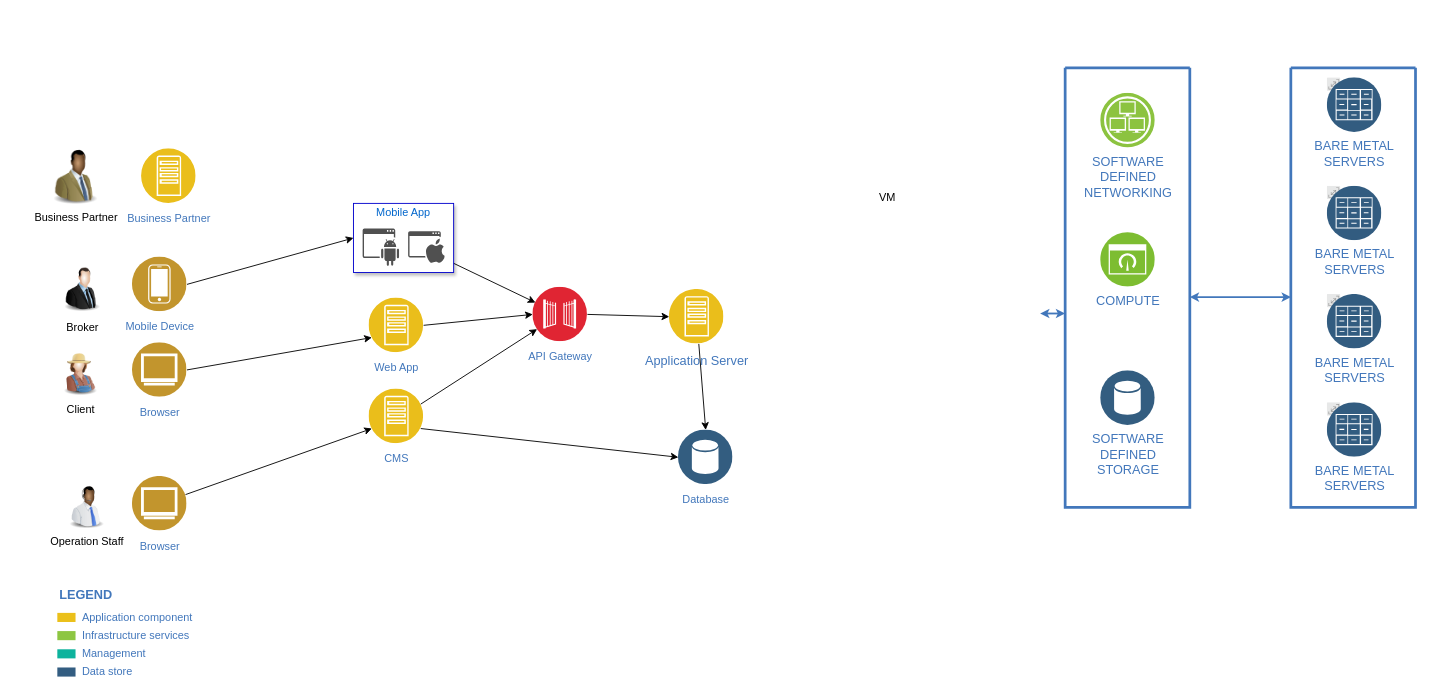
Before: Bravo_Architecture.drawio in whalebig27/change-request-process-diagram, a draw.io diagram. Source tidied: cells renumbered, new cells numbered last; positions are measured from the earlier drawing's top-left corner, leaving out a move shared by most shapes. Both pictures are drawn from the tidied source at 91%, with x=0, y=0 at pixel (46, 15).
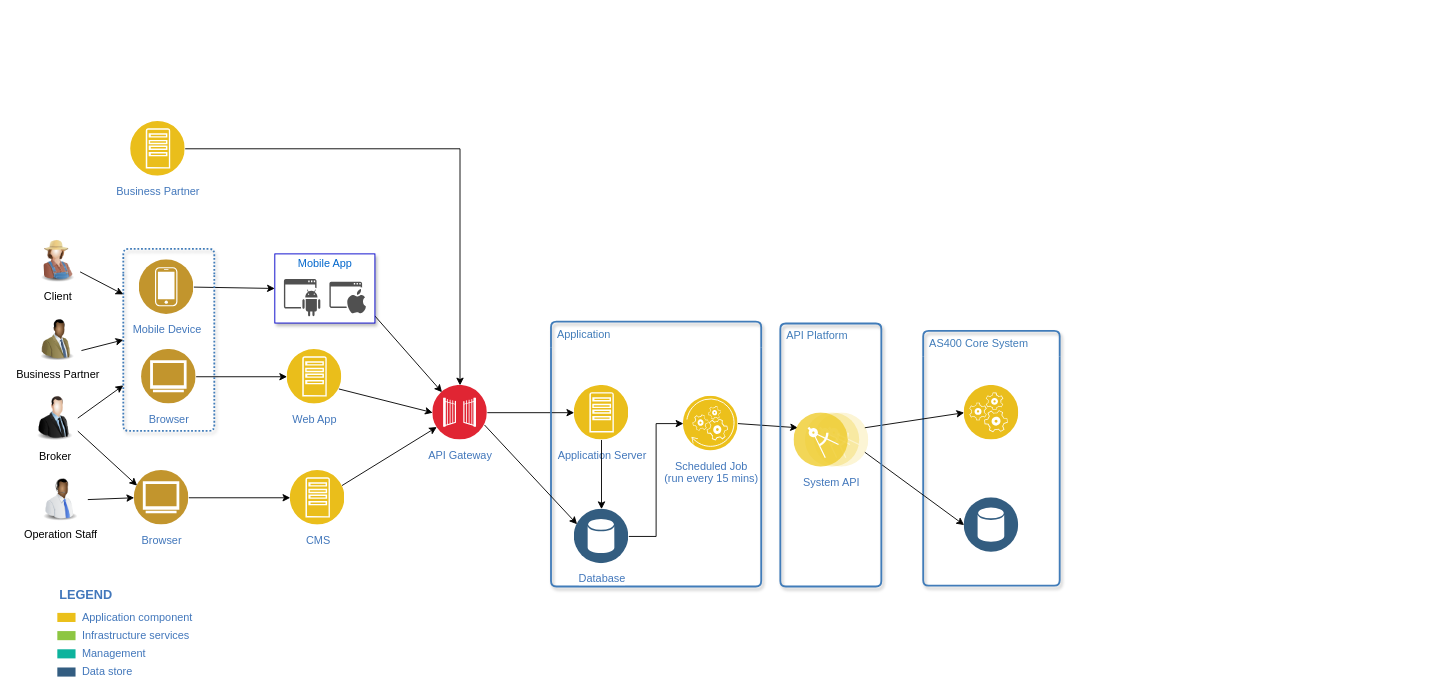
The same diagram, later.

Diff of the diagram source:
```diff
@@
-    <mxCell id="2" value="&#10;&#10;" style="swimlane;shadow=0;strokeColor=none;fillColor=#ffffff;fontColor=#4277BB;align=right;startSize=0;strokeWidth=3;" parent="1" vertex="1">
-      <mxGeometry x="805" width="650" height="680" as="geometry" />
-    </mxCell>
-    <mxCell id="3" style="edgeStyle=elbowEdgeStyle;rounded=0;elbow=vertical;html=1;labelBackgroundColor=#ffffff;startArrow=classic;startFill=1;startSize=4;endArrow=classic;endFill=1;endSize=4;jettySize=auto;strokeColor=#4277BB;strokeWidth=2;fontSize=14;fontColor=#4277BB;" parent="2" edge="1" target="5">
-      <mxGeometry relative="1" as="geometry">
-        <mxPoint x="287.5" y="327" as="sourcePoint" />
-      </mxGeometry>
-    </mxCell>
-    <mxCell id="4" style="edgeStyle=elbowEdgeStyle;rounded=0;elbow=vertical;html=1;entryX=0;entryY=0.522;entryPerimeter=0;labelBackgroundColor=#ffffff;startArrow=classic;startFill=1;startSize=4;endArrow=classic;endFill=1;endSize=4;jettySize=auto;strokeColor=#4277BB;strokeWidth=2;fontSize=14;fontColor=#4277BB;" parent="2" edge="1" source="5" target="9">
-      <mxGeometry relative="1" as="geometry" />
-    </mxCell>
-    <mxCell id="5" style="swimlane;shadow=0;strokeColor=#4277BB;fillColor=#ffffff;fontColor=#4277BB;align=right;startSize=0;strokeWidth=3;" parent="2" vertex="1">
-      <mxGeometry x="315" y="57" width="137" height="483" as="geometry" />
-    </mxCell>
-    <mxCell id="6" value="SOFTWARE&lt;div&gt;DEFINED&lt;/div&gt;&lt;div&gt;NETWORKING&lt;/div&gt;" style="perimeter=ellipsePerimeter;html=1;align=center;shadow=0;dashed=0;image;image=img/lib/ibm/infrastructure/infrastructure_services.svg;rounded=1;labelBackgroundColor=#ffffff;strokeColor=#666666;strokeWidth=3;fillColor=#C2952D;gradientColor=none;fontSize=14;fontColor=#4277BB;" parent="5" vertex="1">
-      <mxGeometry x="39" y="28" width="60" height="60" as="geometry" />
-    </mxCell>
-    <mxCell id="7" value="COMPUTE" style="perimeter=ellipsePerimeter;html=1;align=center;shadow=0;dashed=0;image;image=img/lib/ibm/infrastructure/dashboard.svg;rounded=1;labelBackgroundColor=#ffffff;strokeColor=#666666;strokeWidth=3;fillColor=#C2952D;gradientColor=none;fontSize=14;fontColor=#4277BB;" parent="5" vertex="1">
-      <mxGeometry x="39" y="181" width="60" height="60" as="geometry" />
-    </mxCell>
-    <mxCell id="8" value="SOFTWARE&lt;div&gt;DEFINED&lt;/div&gt;&lt;div&gt;STORAGE&lt;/div&gt;" style="perimeter=ellipsePerimeter;html=1;align=center;shadow=0;dashed=0;image;image=img/lib/ibm/data/data_services.svg;rounded=1;labelBackgroundColor=#ffffff;strokeColor=#666666;strokeWidth=3;fillColor=#C2952D;gradientColor=none;fontSize=14;fontColor=#4277BB;" parent="5" vertex="1">
-      <mxGeometry x="39" y="333" width="60" height="60" as="geometry" />
-    </mxCell>
-    <mxCell id="9" style="swimlane;shadow=0;strokeColor=#4277BB;fillColor=#ffffff;fontColor=#4277BB;align=right;startSize=0;strokeWidth=3;" parent="2" vertex="1">
-      <mxGeometry x="563" y="57" width="137" height="483" as="geometry" />
-    </mxCell>
-    <mxCell id="10" value="BARE METAL&#10;SERVERS" style="group;fontSize=14;fontColor=#4277BB;labelPosition=center;verticalLabelPosition=bottom;align=center;verticalAlign=top;labelBackgroundColor=#ffffff;" parent="9" vertex="1">
-      <mxGeometry x="40" y="11" width="60" height="60" as="geometry" />
-    </mxCell>
-    <mxCell id="11" style="perimeter=ellipsePerimeter;html=1;align=center;shadow=0;dashed=0;image;image=img/lib/ibm/miscellaneous/scalable.svg;rounded=1;labelBackgroundColor=none;strokeColor=#666666;strokeWidth=3;fillColor=#C2952D;gradientColor=none;fontSize=14;fontColor=#4277BB;" parent="10" vertex="1">
-      <mxGeometry width="15" height="15" as="geometry" />
-    </mxCell>
-    <mxCell id="12" style="perimeter=ellipsePerimeter;html=1;align=center;shadow=0;dashed=0;image;image=img/lib/ibm/data/file_repository.svg;rounded=1;labelBackgroundColor=none;strokeColor=#666666;strokeWidth=3;fillColor=#C2952D;gradientColor=none;fontSize=14;fontColor=#4277BB;" parent="10" vertex="1">
-      <mxGeometry width="60" height="60" as="geometry" />
-    </mxCell>
-    <mxCell id="13" style="group;fontSize=14;fontColor=#4277BB;labelBackgroundColor=#ffffff;" parent="9" vertex="1">
-      <mxGeometry x="40" y="130" width="60" height="60" as="geometry" />
-    </mxCell>
-    <mxCell id="14" style="perimeter=ellipsePerimeter;html=1;align=center;shadow=0;dashed=0;image;image=img/lib/ibm/miscellaneous/scalable.svg;rounded=1;labelBackgroundColor=none;strokeColor=#666666;strokeWidth=3;fillColor=#C2952D;gradientColor=none;fontSize=14;fontColor=#4277BB;" parent="13" vertex="1">
-      <mxGeometry width="15" height="15" as="geometry" />
-    </mxCell>
-    <mxCell id="15" value="BARE METAL&lt;br&gt;SERVERS" style="perimeter=ellipsePerimeter;html=1;align=center;shadow=0;dashed=0;image;image=img/lib/ibm/data/file_repository.svg;rounded=1;labelBackgroundColor=none;strokeColor=#666666;strokeWidth=3;fillColor=#C2952D;gradientColor=none;fontSize=14;fontColor=#4277BB;" parent="13" vertex="1">
-      <mxGeometry width="60" height="60" as="geometry" />
-    </mxCell>
-    <mxCell id="16" style="group;fontSize=14;fontColor=#4277BB;labelBackgroundColor=#ffffff;" parent="9" vertex="1">
-      <mxGeometry x="40" y="249" width="60" height="60" as="geometry" />
-    </mxCell>
-    <mxCell id="17" style="perimeter=ellipsePerimeter;html=1;align=center;shadow=0;dashed=0;image;image=img/lib/ibm/miscellaneous/scalable.svg;rounded=1;labelBackgroundColor=none;strokeColor=#666666;strokeWidth=3;fillColor=#C2952D;gradientColor=none;fontSize=14;fontColor=#4277BB;" parent="16" vertex="1">
-      <mxGeometry width="15" height="15" as="geometry" />
-    </mxCell>
-    <mxCell id="18" value="BARE METAL&lt;br&gt;SERVERS" style="perimeter=ellipsePerimeter;html=1;align=center;shadow=0;dashed=0;image;image=img/lib/ibm/data/file_repository.svg;rounded=1;labelBackgroundColor=none;strokeColor=#666666;strokeWidth=3;fillColor=#C2952D;gradientColor=none;fontSize=14;fontColor=#4277BB;" parent="16" vertex="1">
-      <mxGeometry width="60" height="60" as="geometry" />
-    </mxCell>
-    <mxCell id="19" style="group;fontSize=14;fontColor=#4277BB;labelBackgroundColor=#ffffff;" parent="9" vertex="1">
-      <mxGeometry x="40" y="368" width="60" height="60" as="geometry" />
-    </mxCell>
-    <mxCell id="20" style="perimeter=ellipsePerimeter;html=1;align=center;shadow=0;dashed=0;image;image=img/lib/ibm/miscellaneous/scalable.svg;rounded=1;labelBackgroundColor=none;strokeColor=#666666;strokeWidth=3;fillColor=#C2952D;gradientColor=none;fontSize=14;fontColor=#4277BB;" parent="19" vertex="1">
-      <mxGeometry width="15" height="15" as="geometry" />
-    </mxCell>
-    <mxCell id="21" value="BARE METAL&lt;br&gt;SERVERS" style="perimeter=ellipsePerimeter;html=1;align=center;shadow=0;dashed=0;image;image=img/lib/ibm/data/file_repository.svg;rounded=1;labelBackgroundColor=none;strokeColor=#666666;strokeWidth=3;fillColor=#C2952D;gradientColor=none;fontSize=14;fontColor=#4277BB;" parent="19" vertex="1">
-      <mxGeometry width="60" height="60" as="geometry" />
-    </mxCell>
-    <mxCell id="22" value="VM" style="text;html=1;strokeColor=none;fillColor=none;align=center;verticalAlign=middle;whiteSpace=wrap;rounded=0;" parent="2" vertex="1">
-      <mxGeometry x="100" y="190" width="40" height="20" as="geometry" />
-    </mxCell>
     <mxCell id="23" value="&lt;font style=&quot;font-size: 12px&quot;&gt;CMS&lt;/font&gt;" style="perimeter=ellipsePerimeter;html=1;align=center;shadow=0;dashed=0;fontColor=#4277BB;labelBackgroundColor=#ffffff;fontSize=12;spacingTop=3;image;image=img/lib/ibm/applications/app_server.svg;" parent="1" vertex="1">
-      <mxGeometry x="355" y="410" width="60" height="60" as="geometry" />
+      <mxGeometry x="268.5" y="499.5" width="60" height="60" as="geometry" />
     </mxCell>
     <mxCell id="24" value="Web App" style="perimeter=ellipsePerimeter;html=1;align=center;shadow=0;dashed=0;fontColor=#4277BB;labelBackgroundColor=#ffffff;fontSize=12;spacingTop=3;image;image=img/lib/ibm/applications/app_server.svg;" parent="1" vertex="1">
-      <mxGeometry x="355" y="310" width="60" height="60" as="geometry" />
+      <mxGeometry x="265" y="366.5" width="60" height="60" as="geometry" />
     </mxCell>
-    <mxCell id="25" value="Mobile Device" style="perimeter=ellipsePerimeter;html=1;align=center;shadow=0;dashed=0;fontColor=#4277BB;labelBackgroundColor=#ffffff;fontSize=12;spacingTop=3;image;image=img/lib/ibm/users/device.svg;" parent="1" vertex="1">
-      <mxGeometry x="95" y="265" width="60" height="60" as="geometry" />
-    </mxCell>
-    <mxCell id="26" style="rounded=0;jettySize=auto;html=1;entryX=0;entryY=0.75;entryDx=0;entryDy=0;" parent="1" edge="1" source="27" target="23">
+    <mxCell id="26" style="rounded=0;jettySize=auto;html=1;entryX=0;entryY=0.5;entryDx=0;entryDy=0;" parent="1" edge="1" source="27" target="23">
       <mxGeometry relative="1" as="geometry" />
     </mxCell>
     <mxCell id="27" value="Browser" style="perimeter=ellipsePerimeter;html=1;align=center;shadow=0;dashed=0;fontColor=#4277BB;labelBackgroundColor=#ffffff;fontSize=12;spacingTop=3;image;image=img/lib/ibm/users/browser.svg;" parent="1" vertex="1">
-      <mxGeometry x="95" y="506" width="60" height="60" as="geometry" />
+      <mxGeometry x="97" y="499.5" width="60" height="60" as="geometry" />
     </mxCell>
     <mxCell id="28" value="API Gateway" style="perimeter=ellipsePerimeter;html=1;align=center;shadow=0;dashed=0;fontColor=#4277BB;labelBackgroundColor=#ffffff;fontSize=12;spacingTop=3;image;image=img/lib/ibm/security/gateway.svg;" parent="1" vertex="1">
-      <mxGeometry x="535" y="298" width="60" height="60" as="geometry" />
+      <mxGeometry x="425" y="406" width="60" height="60" as="geometry" />
     </mxCell>
     <mxCell id="29" value="Broker" style="image;html=1;labelBackgroundColor=#ffffff;image=img/lib/clip_art/people/Suit_Man_128x128.png;" parent="1" vertex="1">
-      <mxGeometry x="15" y="272" width="50" height="57" as="geometry" />
+      <mxGeometry x="-15" y="413.5" width="50" height="57" as="geometry" />
     </mxCell>
     <mxCell id="30" value="Client" style="image;html=1;labelBackgroundColor=#ffffff;image=img/lib/clip_art/people/Farmer_Woman_128x128.png;" parent="1" vertex="1">
-      <mxGeometry x="12.5" y="366" width="50" height="53" as="geometry" />
+      <mxGeometry x="-12.5" y="241.5" width="50" height="53" as="geometry" />
     </mxCell>
     <mxCell id="31" value="Business Partner" style="image;html=1;labelBackgroundColor=#ffffff;image=img/lib/clip_art/people/Suit_Man_Green_Black_128x128.png;" parent="1" vertex="1">
-      <mxGeometry y="146" width="65" height="62" as="geometry" />
+      <mxGeometry x="-14" y="332.5" width="53" height="47" as="geometry" />
     </mxCell>
     <mxCell id="32" value="Operation Staff" style="image;html=1;labelBackgroundColor=#ffffff;image=img/lib/clip_art/people/Telesales_Man_Black_128x128.png;" parent="1" vertex="1">
-      <mxGeometry x="15" y="516" width="60" height="48" as="geometry" />
+      <mxGeometry x="-14" y="507.5" width="60" height="48" as="geometry" />
     </mxCell>
     <mxCell id="33" value="&lt;font style=&quot;font-size: 12px&quot;&gt;Business Partner&lt;/font&gt;" style="perimeter=ellipsePerimeter;html=1;align=center;shadow=0;dashed=0;fontColor=#4277BB;labelBackgroundColor=#ffffff;fontSize=12;spacingTop=3;image;image=img/lib/ibm/applications/app_server.svg;" parent="1" vertex="1">
-      <mxGeometry x="105" y="146" width="60" height="60" as="geometry" />
+      <mxGeometry x="93" y="116" width="60" height="60" as="geometry" />
     </mxCell>
-    <mxCell id="34" value="Browser" style="perimeter=ellipsePerimeter;html=1;align=center;shadow=0;dashed=0;fontColor=#4277BB;labelBackgroundColor=#ffffff;fontSize=12;spacingTop=3;image;image=img/lib/ibm/users/browser.svg;" parent="1" vertex="1">
-      <mxGeometry x="95" y="359" width="60" height="60" as="geometry" />
-    </mxCell>
-    <mxCell id="35" value="&lt;font style=&quot;font-size: 14px&quot;&gt;Application Server&lt;/font&gt;" style="perimeter=ellipsePerimeter;html=1;align=center;shadow=0;dashed=0;fontColor=#4277BB;labelBackgroundColor=#ffffff;fontSize=12;spacingTop=3;image;image=img/lib/ibm/applications/app_server.svg;" parent="1" vertex="1">
-      <mxGeometry x="685" y="300.5" width="60" height="60" as="geometry" />
-    </mxCell>
@@
-    <mxCell id="37" style="rounded=0;jettySize=auto;html=1;entryX=0;entryY=0.75;entryDx=0;entryDy=0;exitX=1;exitY=0.5;exitDx=0;exitDy=0;" parent="1" edge="1" source="34" target="24">
+    <mxCell id="37" style="rounded=0;jettySize=auto;html=1;entryX=0;entryY=0.5;entryDx=0;entryDy=0;exitX=1;exitY=0.5;exitDx=0;exitDy=0;" parent="1" edge="1" source="34" target="24">
       <mxGeometry relative="1" as="geometry" />
     </mxCell>
     <mxCell id="38" style="rounded=0;jettySize=auto;html=1;" parent="1" edge="1" target="28">
       <mxGeometry relative="1" as="geometry">
-        <mxPoint x="415" y="256" as="sourcePoint" />
+        <mxPoint x="333.5" y="298" as="sourcePoint" />
       </mxGeometry>
     </mxCell>
-    <mxCell id="39" style="rounded=0;jettySize=auto;html=1;entryX=0;entryY=0.5;entryDx=0;entryDy=0;exitX=1;exitY=0.5;exitDx=0;exitDy=0;" parent="1" edge="1" source="24" target="28">
+    <mxCell id="39" style="rounded=0;jettySize=auto;html=1;entryX=0;entryY=0.5;entryDx=0;entryDy=0;exitX=1;exitY=0.75;exitDx=0;exitDy=0;" parent="1" edge="1" source="24" target="28">
       <mxGeometry relative="1" as="geometry" />
     </mxCell>
@@
-    <mxCell id="41" style="rounded=0;jettySize=auto;html=1;entryX=0;entryY=0.5;entryDx=0;entryDy=0;exitX=1;exitY=0.5;exitDx=0;exitDy=0;" parent="1" edge="1" source="28" target="35">
+    <mxCell id="41" style="rounded=0;jettySize=auto;html=1;entryX=0;entryY=0.5;entryDx=0;entryDy=0;exitX=1;exitY=0.5;exitDx=0;exitDy=0;edgeStyle=orthogonalEdgeStyle;" parent="1" edge="1" source="28" target="35">
       <mxGeometry relative="1" as="geometry" />
     </mxCell>
-    <mxCell id="42" value="Database" style="perimeter=ellipsePerimeter;html=1;align=center;shadow=0;dashed=0;fontColor=#4277BB;labelBackgroundColor=#ffffff;fontSize=12;spacingTop=3;image;image=img/lib/ibm/data/data_services.svg;strokeColor=#0000CC;strokeWidth=1;" parent="1" vertex="1">
-      <mxGeometry x="695" y="455" width="60" height="60" as="geometry" />
-    </mxCell>
-    <mxCell id="43" style="rounded=0;jettySize=auto;html=1;exitX=1;exitY=0.75;exitDx=0;exitDy=0;entryX=0;entryY=0.5;entryDx=0;entryDy=0;" parent="1" edge="1" source="23" target="42">
-      <mxGeometry relative="1" as="geometry" />
-    </mxCell>
-    <mxCell id="44" style="rounded=0;jettySize=auto;html=1;entryX=0.5;entryY=0;entryDx=0;entryDy=0;" parent="1" edge="1" source="35" target="42">
-      <mxGeometry relative="1" as="geometry" />
-    </mxCell>
@@
     <mxCell id="50" style="group;" parent="1" vertex="1">
-      <mxGeometry x="338" y="206" width="110" height="76" as="geometry" />
+      <mxGeometry x="251.5" y="261.5" width="110" height="76" as="geometry" />
     </mxCell>
@@
+    <mxCell id="56" value="AS400 Core System" style="swimlane;fontStyle=0;horizontal=1;startSize=28;swimlaneLine=0;swimlaneFillColor=none;fillColor=none;rounded=1;whiteSpace=wrap;html=1;absoluteArcSize=1;arcSize=12;strokeColor=#417CB9;fontColor=#417CB9;verticalAlign=top;align=left;spacingLeft=5;dashed=0;strokeWidth=2;shadow=1;" parent="1" vertex="1">
+      <mxGeometry x="964" y="346" width="150" height="280" as="geometry" />
+    </mxCell>
+    <mxCell id="57" style="perimeter=ellipsePerimeter;html=1;align=center;shadow=0;dashed=0;fontColor=#4277BB;labelBackgroundColor=#ffffff;fontSize=12;spacingTop=3;image;image=img/lib/ibm/data/data_services.svg;strokeColor=#0000CC;strokeWidth=1;" parent="56" vertex="1">
+      <mxGeometry x="45" y="183.5" width="60" height="60" as="geometry" />
+    </mxCell>
+    <mxCell id="58" style="perimeter=ellipsePerimeter;html=1;align=center;shadow=0;dashed=0;fontColor=#4277BB;labelBackgroundColor=#ffffff;fontSize=12;spacingTop=3;image;image=img/lib/ibm/applications/runtime_services.svg;dashPattern=1 1;strokeColor=#0000CC;strokeWidth=3;" parent="56" vertex="1">
+      <mxGeometry x="45" y="60" width="60" height="60" as="geometry" />
+    </mxCell>
+    <mxCell id="59" style="rounded=0;jettySize=auto;html=1;entryX=0;entryY=0.25;entryDx=0;entryDy=0;exitX=1;exitY=0.5;exitDx=0;exitDy=0;" parent="1" edge="1" source="63" target="74">
+      <mxGeometry relative="1" as="geometry" />
+    </mxCell>
+    <mxCell id="60" style="rounded=0;jettySize=auto;html=1;entryX=0;entryY=0.5;entryDx=0;entryDy=0;exitX=1;exitY=0.75;exitDx=0;exitDy=0;" parent="1" edge="1" source="74" target="57">
+      <mxGeometry relative="1" as="geometry" />
+    </mxCell>
+    <mxCell id="61" style="rounded=0;jettySize=auto;html=1;entryX=0;entryY=0.5;entryDx=0;entryDy=0;exitX=1;exitY=0.25;exitDx=0;exitDy=0;" parent="1" edge="1" source="74" target="58">
+      <mxGeometry relative="1" as="geometry" />
+    </mxCell>
+    <mxCell id="62" value="Application" style="swimlane;fontStyle=0;horizontal=1;startSize=28;swimlaneLine=0;swimlaneFillColor=none;fillColor=none;rounded=1;whiteSpace=wrap;html=1;absoluteArcSize=1;arcSize=12;strokeColor=#417CB9;fontColor=#417CB9;verticalAlign=top;align=left;spacingLeft=5;dashed=0;strokeWidth=2;shadow=1;" parent="1" vertex="1">
+      <mxGeometry x="555" y="336" width="231" height="291" as="geometry" />
+    </mxCell>
+    <mxCell id="35" value="&lt;font style=&quot;font-size: 12px&quot;&gt;Application Server&lt;/font&gt;" style="perimeter=ellipsePerimeter;html=1;align=center;shadow=0;dashed=0;fontColor=#4277BB;labelBackgroundColor=#ffffff;fontSize=12;spacingTop=3;image;image=img/lib/ibm/applications/app_server.svg;" parent="62" vertex="1">
+      <mxGeometry x="25.5" y="70" width="60" height="60" as="geometry" />
+    </mxCell>
+    <mxCell id="42" value="Database" style="perimeter=ellipsePerimeter;html=1;align=center;shadow=0;dashed=0;fontColor=#4277BB;labelBackgroundColor=#ffffff;fontSize=12;spacingTop=3;image;image=img/lib/ibm/data/data_services.svg;strokeColor=#0000CC;strokeWidth=1;" parent="62" vertex="1">
+      <mxGeometry x="25.5" y="206" width="60" height="60" as="geometry" />
+    </mxCell>
+    <mxCell id="44" style="rounded=0;jettySize=auto;html=1;entryX=0.5;entryY=0;entryDx=0;entryDy=0;" parent="62" edge="1" source="35" target="42">
+      <mxGeometry relative="1" as="geometry" />
+    </mxCell>
+    <mxCell id="63" value="Scheduled Job &lt;br&gt;(run every 15 mins)" style="perimeter=ellipsePerimeter;html=1;align=center;shadow=0;dashed=0;fontColor=#4277BB;labelBackgroundColor=#ffffff;fontSize=12;spacingTop=3;image;image=img/lib/ibm/applications/api_polyglot_runtimes.svg;strokeColor=#0000CC;strokeWidth=1;" parent="62" vertex="1">
+      <mxGeometry x="145.5" y="82" width="60" height="60" as="geometry" />
+    </mxCell>
+    <mxCell id="64" style="rounded=0;jettySize=auto;html=1;entryX=0;entryY=0.5;entryDx=0;entryDy=0;exitX=1;exitY=0.5;exitDx=0;exitDy=0;edgeStyle=orthogonalEdgeStyle;elbow=vertical;" parent="62" edge="1" source="42" target="63">
+      <mxGeometry relative="1" as="geometry" />
+    </mxCell>
+    <mxCell id="65" style="rounded=0;jettySize=auto;html=1;exitX=1;exitY=0.5;exitDx=0;exitDy=0;entryX=0.5;entryY=0;entryDx=0;entryDy=0;edgeStyle=orthogonalEdgeStyle;" parent="1" edge="1" source="33" target="28">
+      <mxGeometry relative="1" as="geometry" />
+    </mxCell>
+    <mxCell id="66" style="rounded=0;jettySize=auto;html=1;entryX=0;entryY=0.25;entryDx=0;entryDy=0;exitX=1;exitY=0.75;exitDx=0;exitDy=0;" parent="1" edge="1" source="29" target="27">
+      <mxGeometry relative="1" as="geometry" />
+    </mxCell>
+    <mxCell id="67" style="rounded=0;jettySize=auto;html=1;entryX=0;entryY=0.5;entryDx=0;entryDy=0;exitX=1;exitY=0.5;exitDx=0;exitDy=0;" parent="1" edge="1" source="32" target="27">
+      <mxGeometry relative="1" as="geometry" />
+    </mxCell>
+    <mxCell id="68" style="swimlane;fontStyle=0;horizontal=1;startSize=28;swimlaneLine=0;swimlaneFillColor=none;fillColor=none;rounded=1;whiteSpace=wrap;html=1;absoluteArcSize=1;arcSize=12;strokeColor=#417CB9;fontColor=#417CB9;verticalAlign=top;align=left;spacingLeft=5;dashed=1;strokeWidth=2;shadow=1;dashPattern=1 1;" parent="1" vertex="1">
+      <mxGeometry x="85" y="256" width="100" height="200" as="geometry" />
+    </mxCell>
+    <mxCell id="25" value="Mobile Device" style="perimeter=ellipsePerimeter;html=1;align=center;shadow=0;dashed=0;fontColor=#4277BB;labelBackgroundColor=#ffffff;fontSize=12;spacingTop=3;image;image=img/lib/ibm/users/device.svg;" parent="68" vertex="1">
+      <mxGeometry x="17.5" y="12" width="60" height="60" as="geometry" />
+    </mxCell>
+    <mxCell id="34" value="Browser" style="perimeter=ellipsePerimeter;html=1;align=center;shadow=0;dashed=0;fontColor=#4277BB;labelBackgroundColor=#ffffff;fontSize=12;spacingTop=3;image;image=img/lib/ibm/users/browser.svg;" parent="68" vertex="1">
+      <mxGeometry x="20" y="110.5" width="60" height="60" as="geometry" />
+    </mxCell>
+    <mxCell id="69" style="rounded=0;jettySize=auto;html=1;entryX=0;entryY=0.75;entryDx=0;entryDy=0;exitX=1;exitY=0.5;exitDx=0;exitDy=0;" parent="1" edge="1" source="29" target="68">
+      <mxGeometry relative="1" as="geometry" />
+    </mxCell>
+    <mxCell id="70" style="rounded=0;jettySize=auto;html=1;entryX=0;entryY=0.5;entryDx=0;entryDy=0;exitX=1;exitY=0.75;exitDx=0;exitDy=0;" parent="1" edge="1" source="31" target="68">
+      <mxGeometry relative="1" as="geometry" />
+    </mxCell>
+    <mxCell id="71" style="rounded=0;jettySize=auto;html=1;entryX=0;entryY=0.25;entryDx=0;entryDy=0;exitX=1;exitY=0.75;exitDx=0;exitDy=0;" parent="1" edge="1" source="30" target="68">
+      <mxGeometry relative="1" as="geometry" />
+    </mxCell>
+    <mxCell id="72" style="rounded=0;jettySize=auto;html=1;entryX=0;entryY=0.25;entryDx=0;entryDy=0;exitX=1;exitY=0.75;exitDx=0;exitDy=0;" parent="1" edge="1" source="28" target="42">
+      <mxGeometry relative="1" as="geometry" />
+    </mxCell>
+    <mxCell id="73" value="API Platform" style="swimlane;fontStyle=0;horizontal=1;startSize=28;swimlaneLine=0;swimlaneFillColor=none;fillColor=none;rounded=1;whiteSpace=wrap;html=1;absoluteArcSize=1;arcSize=12;strokeColor=#417CB9;fontColor=#417CB9;verticalAlign=top;align=left;spacingLeft=5;dashed=0;strokeWidth=2;shadow=1;dashPattern=1 1;" parent="1" vertex="1">
+      <mxGeometry x="807" y="338" width="111" height="289" as="geometry" />
+    </mxCell>
+    <mxCell id="74" value="System API" style="perimeter=ellipsePerimeter;html=1;align=center;shadow=0;dashed=0;fontColor=#4277BB;labelBackgroundColor=#ffffff;fontSize=12;spacingTop=3;image;image=img/lib/ibm/applications/microservice.svg;dashPattern=1 1;strokeColor=#0000CC;strokeWidth=3;" parent="73" vertex="1">
+      <mxGeometry x="15" y="98" width="82.2" height="60" as="geometry" />
+    </mxCell>
```
